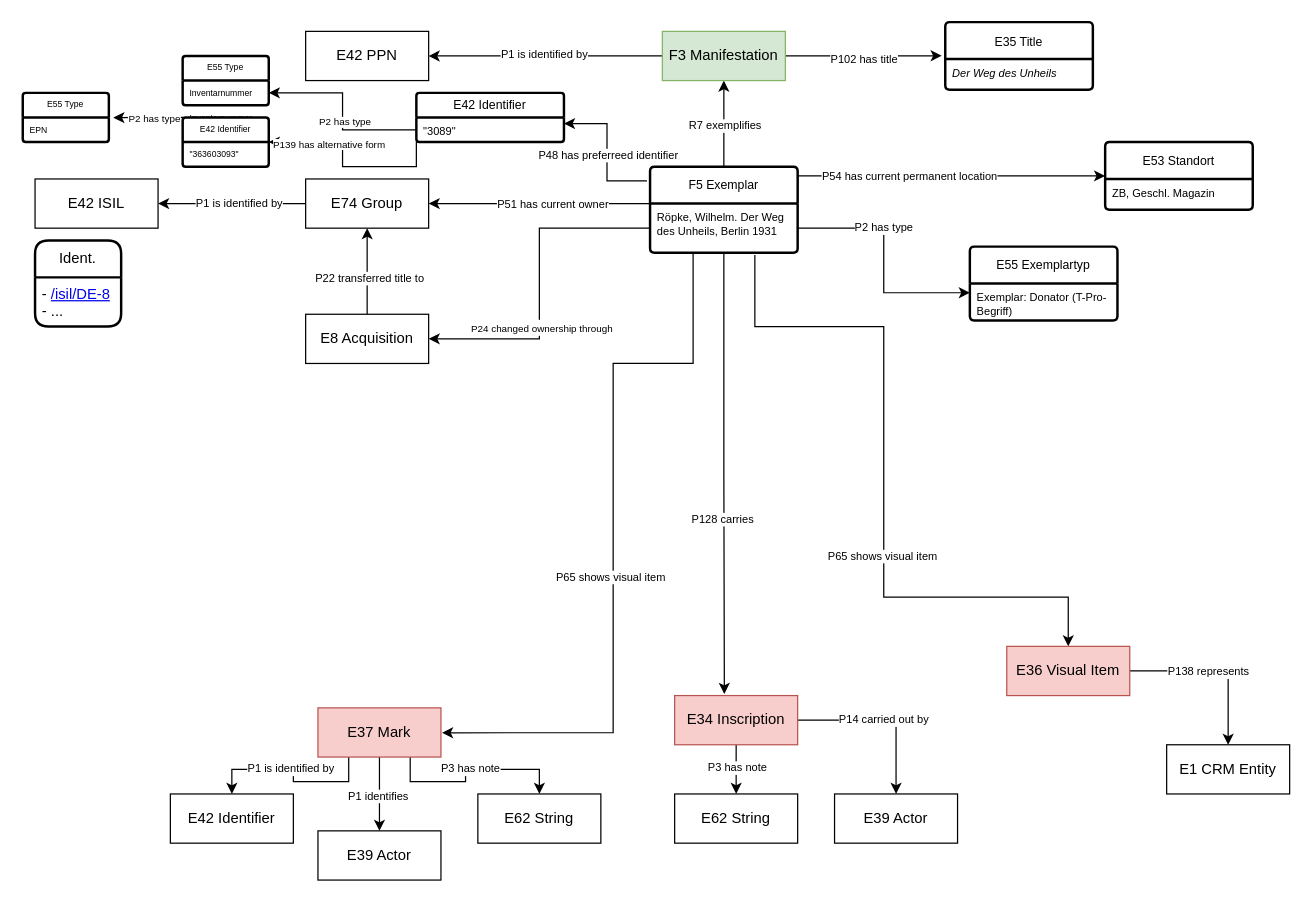
This is praxis bsp domain ontology library provenance.drawio from flxfschr/library-provenance-research, a draw.io file, before an edit. Source tidied: cells renumbered, new cells numbered last; positions are measured from the earlier drawing's top-left corner, leaving out a move shared by most shapes. Both pictures are drawn from the tidied source at 123%, with x=0, y=0 at pixel (22, 21).
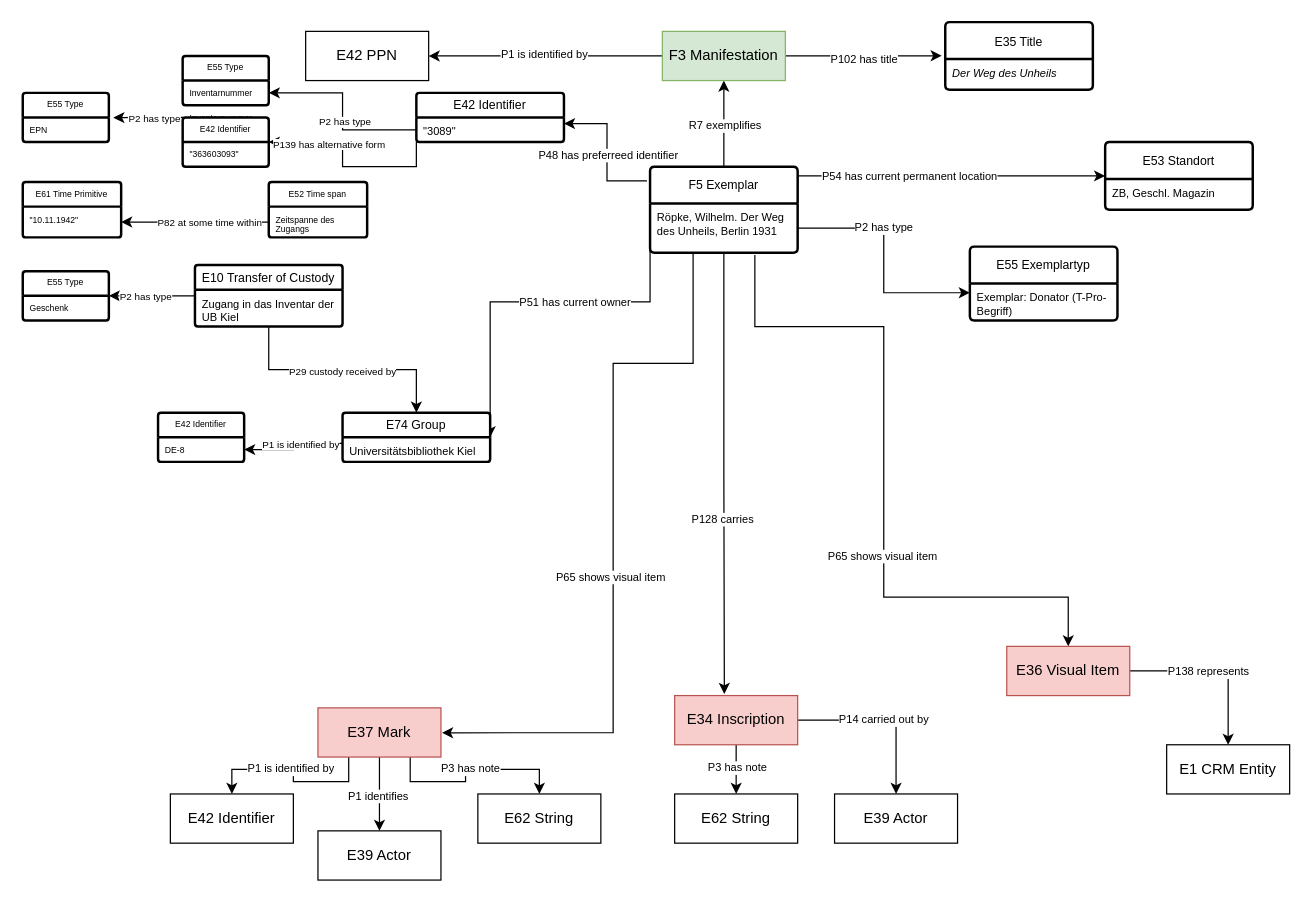
The same diagram, later.

Unchanged cells that the change refers to:
```xml
<mxCell id="57" value="Röpke, Wilhelm. Der Weg des Unheils, Berlin 1931" style="align=left;strokeColor=none;fillColor=none;spacingLeft=4;spacingRight=4;fontSize=9;verticalAlign=top;html=1;whiteSpace=wrap;" parent="56" vertex="1">
  <mxGeometry y="30" width="120" height="40" as="geometry" />
</mxCell>
```

The edit, as a diff of the source:
```diff
@@
-    <mxCell id="6" style="edgeStyle=orthogonalEdgeStyle;rounded=0;jettySize=auto;html=1;entryX=1;entryY=0.5;entryDx=0;entryDy=0;fontSize=12;arcSize=12;exitX=0;exitY=0.25;exitDx=0;exitDy=0;" parent="1" edge="1" source="57" target="25">
+    <mxCell id="6" style="edgeStyle=orthogonalEdgeStyle;rounded=0;jettySize=auto;html=1;fontSize=12;arcSize=12;exitX=0;exitY=0.25;exitDx=0;exitDy=0;entryX=1;entryY=0;entryDx=0;entryDy=0;" parent="1" edge="1" source="57" target="82">
       <mxGeometry relative="1" as="geometry">
         <Array as="points">
-          <mxPoint x="510" y="148" />
+          <mxPoint x="510" y="228" />
         </Array>
       </mxGeometry>
     </mxCell>
@@
-    <mxCell id="16" style="edgeStyle=orthogonalEdgeStyle;rounded=0;jettySize=auto;html=1;exitX=0;exitY=0.5;exitDx=0;exitDy=0;entryX=1;entryY=0.5;entryDx=0;entryDy=0;" parent="1" edge="1" source="57" target="55">
-      <mxGeometry relative="1" as="geometry" />
-    </mxCell>
-    <mxCell id="17" value="&lt;font style=&quot;font-size: 8px;&quot;&gt;P24 changed ownership through&lt;/font&gt;" style="edgeLabel;html=1;align=center;verticalAlign=middle;" parent="16" vertex="1">
-      <mxGeometry x="0.26" y="1" relative="1" as="geometry" />
-    </mxCell>
@@
-    <mxCell id="23" style="edgeStyle=orthogonalEdgeStyle;rounded=0;jettySize=auto;html=1;" parent="1" edge="1" source="25" target="38">
-      <mxGeometry relative="1" as="geometry" />
-    </mxCell>
-    <mxCell id="24" value="P1 is identified by" style="edgeLabel;html=1;align=center;verticalAlign=middle;fontSize=9;" parent="23" vertex="1">
-      <mxGeometry x="-0.09" y="-1" relative="1" as="geometry" />
-    </mxCell>
-    <mxCell id="25" value="E74 Group" style="whiteSpace=wrap;html=1;align=center;fontSize=12;arcSize=12;" parent="1" vertex="1">
-      <mxGeometry x="230" y="128" width="100" height="40" as="geometry" />
-    </mxCell>
@@
-    <mxCell id="38" value="E42 ISIL" style="whiteSpace=wrap;html=1;align=center;fontSize=12;arcSize=12;" parent="1" vertex="1">
-      <mxGeometry x="10" y="128" width="100" height="40" as="geometry" />
-    </mxCell>
-    <mxCell id="39" value="Ident." style="swimlane;horizontal=1;startSize=30;rounded=1;fontSize=12;fontStyle=0;strokeWidth=2;shadow=0;dashed=0;align=center;arcSize=12;whiteSpace=wrap;html=1;" parent="1" vertex="1">
-      <mxGeometry x="10" y="178" width="70" height="70" as="geometry" />
-    </mxCell>
-    <mxCell id="40" value="-&amp;nbsp;&lt;a rel=&quot;canonical&quot; href=&quot;https://isil.staatsbibliothek-berlin.de/isil/DE-8&quot;&gt;/isil/DE-8&lt;/a&gt;&lt;br&gt;- ..." style="align=left;strokeColor=none;fillColor=none;spacingLeft=4;spacingRight=4;fontSize=12;verticalAlign=top;html=1;whiteSpace=wrap;arcSize=12;" parent="39" vertex="1">
-      <mxGeometry y="30" width="70" height="40" as="geometry" />
-    </mxCell>
@@
-    <mxCell id="53" style="edgeStyle=orthogonalEdgeStyle;rounded=0;jettySize=auto;html=1;entryX=0.5;entryY=1;entryDx=0;entryDy=0;" parent="1" edge="1" source="55" target="25">
-      <mxGeometry relative="1" as="geometry" />
-    </mxCell>
-    <mxCell id="54" value="P22 transferred title to" style="edgeLabel;html=1;align=center;verticalAlign=middle;fontSize=9;" parent="53" vertex="1">
-      <mxGeometry x="-0.15" y="-1" relative="1" as="geometry" />
-    </mxCell>
-    <mxCell id="55" value="E8 Acquisition" style="whiteSpace=wrap;html=1;align=center;" parent="1" vertex="1">
-      <mxGeometry x="230" y="238" width="100" height="40" as="geometry" />
-    </mxCell>
@@
+    <mxCell id="79" value="E42 Identifier" style="swimlane;horizontal=1;startSize=20;rounded=1;fontSize=7;fontStyle=0;strokeWidth=2;shadow=0;dashed=0;align=center;arcSize=4;whiteSpace=wrap;html=1;" parent="1" vertex="1">
+      <mxGeometry x="110" y="318" width="70" height="40" as="geometry" />
+    </mxCell>
+    <mxCell id="80" value="DE-8" style="align=left;strokeColor=none;fillColor=none;spacingLeft=4;spacingRight=4;fontSize=7;verticalAlign=top;html=1;whiteSpace=wrap;" parent="79" vertex="1">
+      <mxGeometry y="20" width="70" height="20" as="geometry" />
+    </mxCell>
+    <mxCell id="81" style="edgeStyle=orthogonalEdgeStyle;rounded=0;jettySize=auto;html=1;entryX=1;entryY=0.5;entryDx=0;entryDy=0;exitX=0;exitY=0.25;exitDx=0;exitDy=0;" parent="1" edge="1" source="82" target="80">
+      <mxGeometry relative="1" as="geometry" />
+    </mxCell>
+    <mxCell id="24" value="P1 is identified by" style="edgeLabel;html=1;align=center;verticalAlign=middle;fontSize=8;" parent="81" vertex="1">
+      <mxGeometry x="-0.17" relative="1" as="geometry" />
+    </mxCell>
+    <mxCell id="25" value="E74 Group" style="swimlane;horizontal=1;startSize=20;rounded=1;fontSize=10;fontStyle=0;strokeWidth=2;shadow=0;dashed=0;align=center;arcSize=4;whiteSpace=wrap;html=1;" parent="1" vertex="1">
+      <mxGeometry x="260" y="318" width="120" height="40" as="geometry" />
+    </mxCell>
+    <mxCell id="82" value="Universitätsbibliothek Kiel" style="align=left;strokeColor=none;fillColor=none;spacingLeft=4;spacingRight=4;fontSize=9;verticalAlign=top;html=1;whiteSpace=wrap;" parent="25" vertex="1">
+      <mxGeometry y="20" width="120" height="20" as="geometry" />
+    </mxCell>
+    <mxCell id="83" style="edgeStyle=orthogonalEdgeStyle;rounded=0;jettySize=auto;html=1;exitX=0.5;exitY=1;exitDx=0;exitDy=0;entryX=0.5;entryY=0;entryDx=0;entryDy=0;" parent="1" edge="1" source="89" target="25">
+      <mxGeometry relative="1" as="geometry" />
+    </mxCell>
+    <mxCell id="84" value="P29 custody received by" style="edgeLabel;html=1;align=center;verticalAlign=middle;fontSize=8;" parent="83" vertex="1">
+      <mxGeometry x="-0.01" y="-1" relative="1" as="geometry" />
+    </mxCell>
+    <mxCell id="85" style="edgeStyle=orthogonalEdgeStyle;rounded=0;jettySize=auto;html=1;exitX=0;exitY=0.5;exitDx=0;exitDy=0;entryX=1;entryY=0.5;entryDx=0;entryDy=0;" parent="1" edge="1" source="89" target="87">
+      <mxGeometry relative="1" as="geometry" />
+    </mxCell>
+    <mxCell id="86" value="P2 has type" style="edgeLabel;html=1;align=center;verticalAlign=middle;fontSize=8;" parent="85" vertex="1">
+      <mxGeometry x="0.17" relative="1" as="geometry" />
+    </mxCell>
+    <mxCell id="87" value="E55 Type" style="swimlane;horizontal=1;startSize=20;rounded=1;fontSize=7;fontStyle=0;strokeWidth=2;shadow=0;dashed=0;align=center;arcSize=4;whiteSpace=wrap;html=1;" parent="1" vertex="1">
+      <mxGeometry y="203" width="70" height="40" as="geometry" />
+    </mxCell>
+    <mxCell id="88" value="Geschenk" style="align=left;strokeColor=none;fillColor=none;spacingLeft=4;spacingRight=4;fontSize=7;verticalAlign=top;html=1;whiteSpace=wrap;" parent="87" vertex="1">
+      <mxGeometry y="20" width="70" height="20" as="geometry" />
+    </mxCell>
+    <mxCell id="89" value="E10 Transfer of Custody" style="swimlane;horizontal=1;startSize=20;rounded=1;fontSize=10;fontStyle=0;strokeWidth=2;shadow=0;dashed=0;align=center;arcSize=4;whiteSpace=wrap;html=1;" parent="1" vertex="1">
+      <mxGeometry x="140" y="198" width="120" height="50" as="geometry" />
+    </mxCell>
+    <mxCell id="90" value="Zugang in das Inventar der UB Kiel" style="align=left;strokeColor=none;fillColor=none;spacingLeft=4;spacingRight=4;fontSize=9;verticalAlign=top;html=1;whiteSpace=wrap;" parent="89" vertex="1">
+      <mxGeometry y="20" width="120" height="30" as="geometry" />
+    </mxCell>
+    <mxCell id="91" value="E52 Time span" style="swimlane;horizontal=1;startSize=20;rounded=1;fontSize=7;fontStyle=0;strokeWidth=2;shadow=0;dashed=0;align=center;arcSize=4;whiteSpace=wrap;html=1;" parent="1" vertex="1">
+      <mxGeometry x="200" y="130.5" width="80" height="45" as="geometry" />
+    </mxCell>
+    <mxCell id="92" value="Zeitspanne des&amp;nbsp; Zugangs" style="align=left;strokeColor=none;fillColor=none;spacingLeft=4;spacingRight=4;fontSize=7;verticalAlign=top;html=1;whiteSpace=wrap;" parent="91" vertex="1">
+      <mxGeometry y="20" width="80" height="25" as="geometry" />
+    </mxCell>
+    <mxCell id="93" value="E61 Time Primitive" style="swimlane;horizontal=1;startSize=20;rounded=1;fontSize=7;fontStyle=0;strokeWidth=2;shadow=0;dashed=0;align=center;arcSize=4;whiteSpace=wrap;html=1;" parent="1" vertex="1">
+      <mxGeometry y="130.5" width="80" height="45" as="geometry" />
+    </mxCell>
+    <mxCell id="94" value="&quot;10.11.1942&quot;" style="align=left;strokeColor=none;fillColor=none;spacingLeft=4;spacingRight=4;fontSize=7;verticalAlign=top;html=1;whiteSpace=wrap;" parent="93" vertex="1">
+      <mxGeometry y="20" width="80" height="25" as="geometry" />
+    </mxCell>
+    <mxCell id="95" style="edgeStyle=orthogonalEdgeStyle;rounded=0;jettySize=auto;html=1;entryX=1;entryY=0.5;entryDx=0;entryDy=0;exitX=0;exitY=0.5;exitDx=0;exitDy=0;" parent="1" edge="1" source="92" target="94">
+      <mxGeometry relative="1" as="geometry" />
+    </mxCell>
+    <mxCell id="96" value="P82 at some time within" style="edgeLabel;html=1;align=center;verticalAlign=middle;fontSize=8;" parent="95" vertex="1">
+      <mxGeometry x="-0.18" relative="1" as="geometry" />
+    </mxCell>
```
